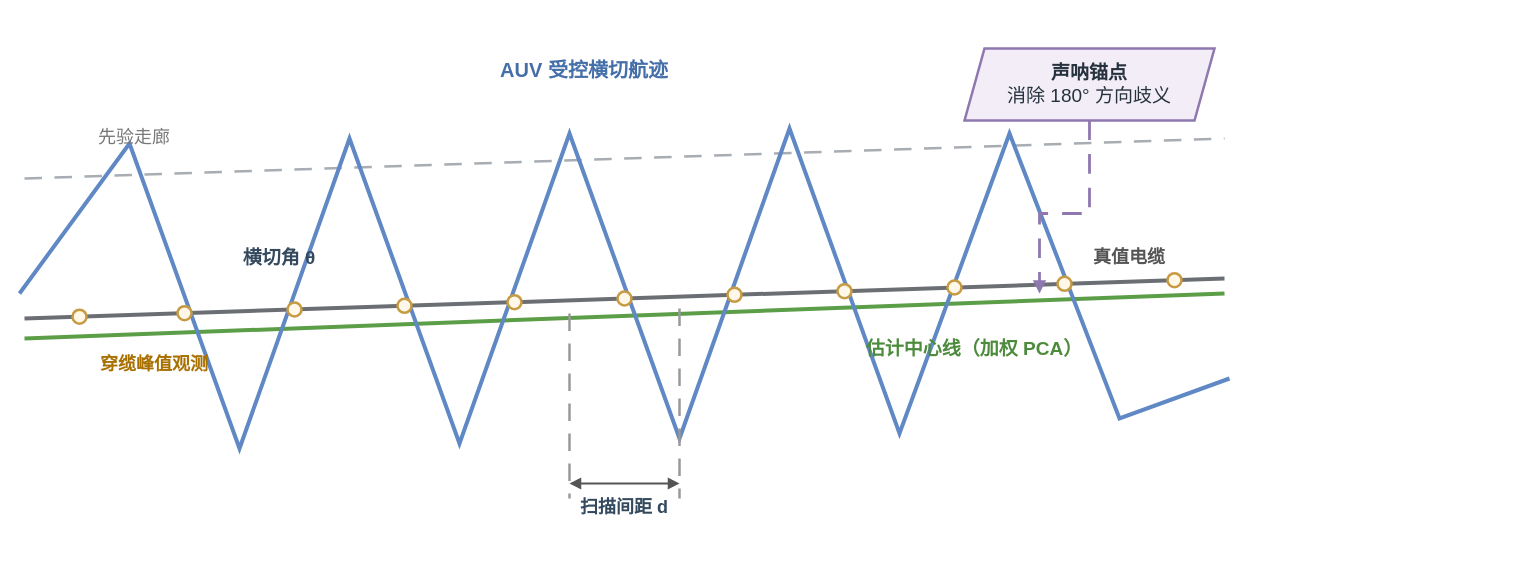
Earlier version of the draw.io diagram docs/figure/fig_zigzag_probe.drawio (360ZMEM/AUV-Master-Mag). Source tidied: cells renumbered, new cells numbered last; positions are measured from the earlier drawing's top-left corner, leaving out a move shared by most shapes. Both pictures are drawn from the tidied source at 100%, with x=0, y=0 at pixel (19, 48).
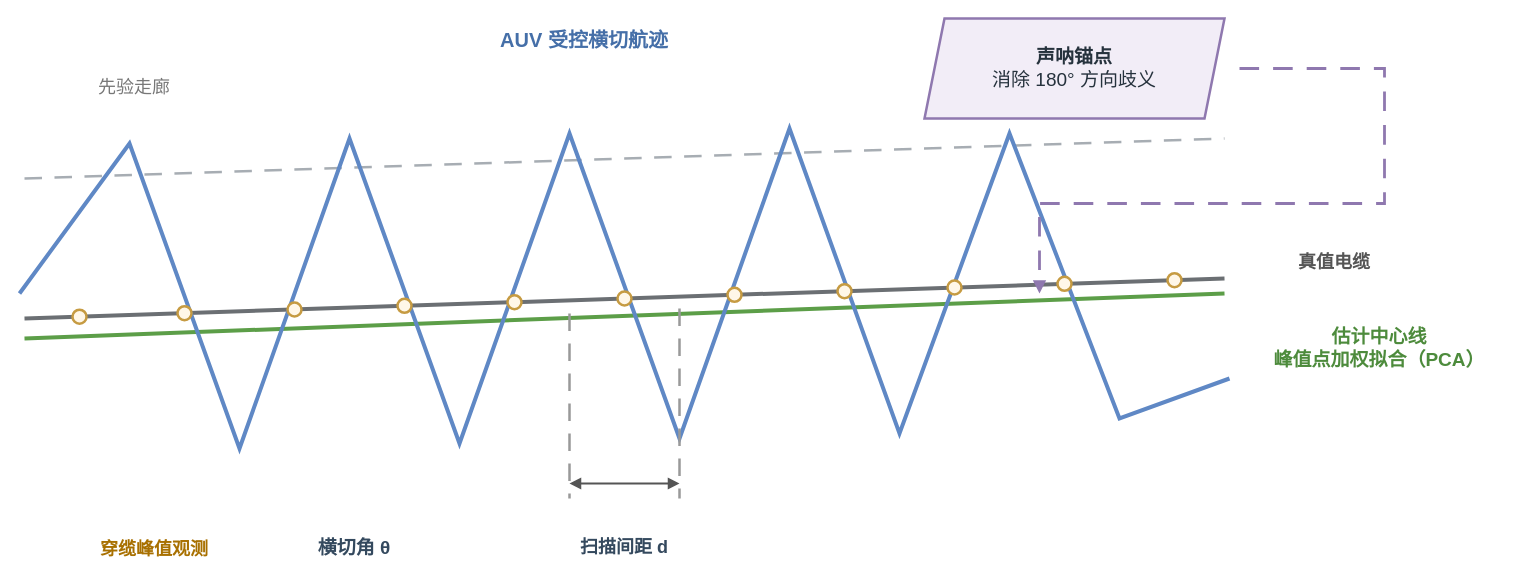
The same page after the edit.

Change to the diagram source:
```diff
@@
     <mxCell id="17" value="&lt;b&gt;声呐锚点&lt;/b&gt;&lt;br&gt;消除 180° 方向歧义" style="shape=parallelogram;perimeter=parallelogramPerimeter;fixedSize=1;whiteSpace=wrap;html=1;align=center;verticalAlign=middle;fillColor=#F2EDF7;strokeColor=#8F78AF;strokeWidth=2.5;spacing=8;fontFamily=Songti SC;fontSize=19;fontColor=#26323D;" parent="1" vertex="1">
-      <mxGeometry x="945" width="250" height="72" as="geometry" />
+      <mxGeometry x="905" y="-30" width="300" height="100" as="geometry" />
     </mxCell>
     <mxCell id="18" style="edgeStyle=none;rounded=0;html=1;strokeColor=#8F78AF;strokeWidth=2.8;startArrow=none;startFill=1;endArrow=block;endFill=1;dashed=1;dashPattern=7 5;" parent="1" edge="1">
       <mxGeometry relative="1" as="geometry">
-        <mxPoint x="1070" y="72" as="sourcePoint" />
+        <mxPoint x="1220" y="20" as="sourcePoint" />
         <mxPoint x="1020" y="245" as="targetPoint" />
         <Array as="points">
-          <mxPoint x="1070" y="165" />
-          <mxPoint x="1020" y="165" />
+          <mxPoint x="1365" y="20" />
+          <mxPoint x="1365" y="155" />
+          <mxPoint x="1020" y="155" />
         </Array>
       </mxGeometry>
     </mxCell>
     <mxCell id="19" value="AUV 受控横切航迹" style="text;html=1;strokeColor=none;fillColor=none;align=center;verticalAlign=middle;whiteSpace=wrap;fontFamily=Songti SC;fontSize=20;fontColor=#456FA8;fontStyle=1;" parent="1" vertex="1">
-      <mxGeometry x="385" width="360" height="42" as="geometry" />
+      <mxGeometry x="385" y="-30" width="360" height="42" as="geometry" />
     </mxCell>
     <mxCell id="20" value="先验走廊" style="text;html=1;strokeColor=none;fillColor=none;align=center;verticalAlign=middle;whiteSpace=wrap;fontFamily=Songti SC;fontSize=18;fontColor=#777777;" parent="1" vertex="1">
-      <mxGeometry x="20" y="70" width="190" height="38" as="geometry" />
+      <mxGeometry x="20" y="20" width="190" height="38" as="geometry" />
     </mxCell>
     <mxCell id="21" value="真值电缆" style="text;html=1;strokeColor=none;fillColor=none;align=center;verticalAlign=middle;whiteSpace=wrap;fontFamily=Songti SC;fontSize=18;fontColor=#555555;fontStyle=1;" parent="1" vertex="1">
-      <mxGeometry x="1025" y="190" width="170" height="38" as="geometry" />
+      <mxGeometry x="1230" y="195" width="170" height="38" as="geometry" />
     </mxCell>
-    <mxCell id="22" value="估计中心线（加权 PCA）" style="text;html=1;strokeColor=none;fillColor=none;align=center;verticalAlign=middle;whiteSpace=wrap;fontFamily=Songti SC;fontSize=19;fontColor=#4D8B3C;fontStyle=1;" parent="1" vertex="1">
-      <mxGeometry x="775" y="280" width="360" height="42" as="geometry" />
+    <mxCell id="22" value="估计中心线&lt;br&gt;峰值点加权拟合（PCA）" style="text;html=1;strokeColor=none;fillColor=none;align=center;verticalAlign=middle;whiteSpace=wrap;fontFamily=Songti SC;fontSize=19;fontColor=#4D8B3C;fontStyle=1;" parent="1" vertex="1">
+      <mxGeometry x="1230" y="260" width="260" height="80" as="geometry" />
     </mxCell>
     <mxCell id="23" value="穿缆峰值观测" style="text;html=1;strokeColor=none;fillColor=none;align=center;verticalAlign=middle;whiteSpace=wrap;fontFamily=Songti SC;fontSize=18;fontColor=#A87000;fontStyle=1;" parent="1" vertex="1">
-      <mxGeometry x="15" y="295" width="240" height="42" as="geometry" />
+      <mxGeometry x="15" y="480" width="240" height="42" as="geometry" />
     </mxCell>
     <mxCell id="24" value="横切角 θ" style="text;html=1;strokeColor=none;fillColor=none;align=center;verticalAlign=middle;whiteSpace=wrap;fontFamily=Songti SC;fontSize=19;fontColor=#34495E;fontStyle=1;" parent="1" vertex="1">
-      <mxGeometry x="170" y="190" width="180" height="40" as="geometry" />
+      <mxGeometry x="245" y="480" width="180" height="40" as="geometry" />
     </mxCell>
@@
     <mxCell id="28" value="扫描间距 d" style="text;html=1;strokeColor=none;fillColor=none;align=center;verticalAlign=middle;whiteSpace=wrap;fontFamily=Songti SC;fontSize=18;fontColor=#34495E;fontStyle=1;" parent="1" vertex="1">
-      <mxGeometry x="525" y="440" width="160" height="38" as="geometry" />
+      <mxGeometry x="525" y="480" width="160" height="38" as="geometry" />
     </mxCell>
```
